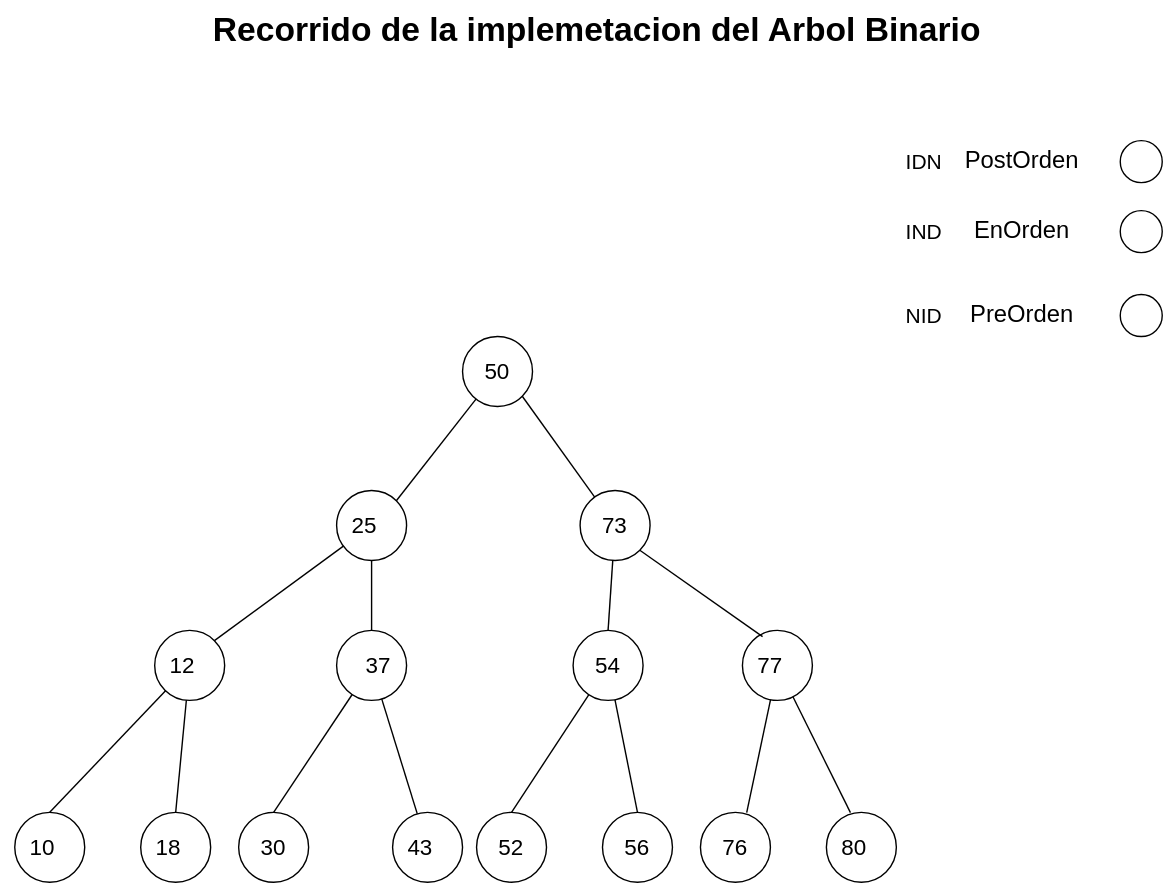
Earlier version of the draw.io export Estructura-de-datos/Arboles/ArbolApp.drawio.svg (Nordcode-cyber/Algoritmos-Estructdatos). Source tidied: cells renumbered, new cells last; positions are measured from the earlier drawing's top-left corner, leaving out a move shared by most shapes.
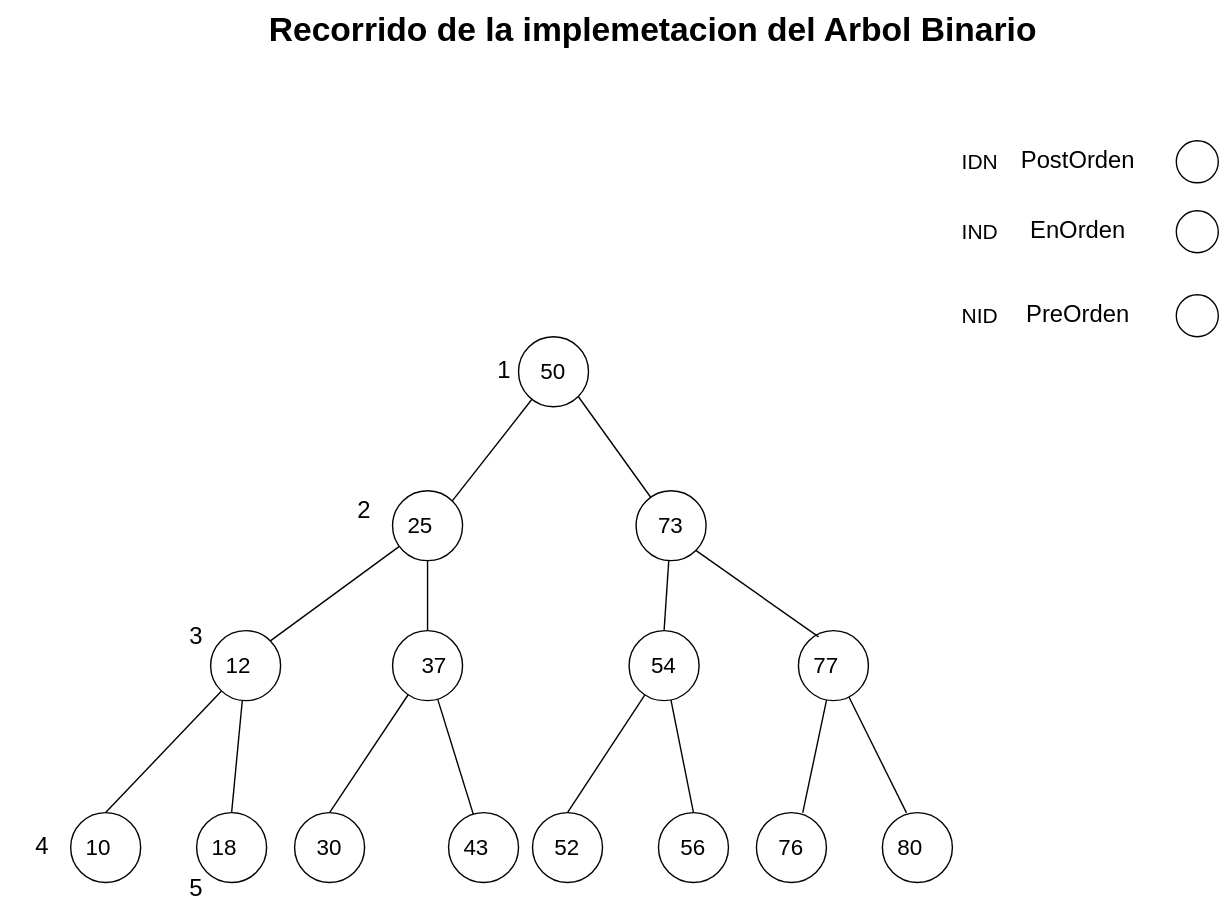
The same diagram one commit later.

What changed in the source:
```diff
@@ -164,5 +164,20 @@
     <mxCell id="55" value="&lt;font style=&quot;color: light-dark(rgb(0, 0, 0), rgb(255, 255, 0)); font-size: 16px;&quot;&gt;80&lt;/font&gt;" style="text;html=1;align=center;verticalAlign=middle;whiteSpace=wrap;rounded=0;" parent="1" vertex="1">
       <mxGeometry x="580" y="590" width="60" height="30" as="geometry" />
     </mxCell>
+    <mxCell id="56" value="&lt;font style=&quot;font-size: 17px; color: light-dark(rgb(0, 0, 0), rgb(0, 204, 0));&quot;&gt;2&lt;/font&gt;" style="text;html=1;align=center;verticalAlign=middle;whiteSpace=wrap;rounded=0;" parent="1" vertex="1">
+      <mxGeometry x="190" y="350" width="60" height="30" as="geometry" />
+    </mxCell>
+    <mxCell id="57" value="&lt;font style=&quot;font-size: 17px; color: light-dark(rgb(0, 0, 0), rgb(0, 204, 0));&quot;&gt;1&lt;/font&gt;" style="text;html=1;align=center;verticalAlign=middle;whiteSpace=wrap;rounded=0;" parent="1" vertex="1">
+      <mxGeometry x="290" y="250" width="60" height="30" as="geometry" />
+    </mxCell>
+    <mxCell id="58" value="&lt;font style=&quot;font-size: 17px; color: light-dark(rgb(0, 0, 0), rgb(0, 204, 0));&quot;&gt;3&lt;/font&gt;" style="text;html=1;align=center;verticalAlign=middle;whiteSpace=wrap;rounded=0;" parent="1" vertex="1">
+      <mxGeometry x="70" y="440" width="60" height="30" as="geometry" />
+    </mxCell>
+    <mxCell id="59" value="&lt;font style=&quot;font-size: 17px; color: light-dark(rgb(0, 0, 0), rgb(0, 204, 0));&quot;&gt;4&lt;/font&gt;" style="text;html=1;align=center;verticalAlign=middle;whiteSpace=wrap;rounded=0;" parent="1" vertex="1">
+      <mxGeometry x="-40" y="590" width="60" height="30" as="geometry" />
+    </mxCell>
+    <mxCell id="60" value="&lt;font style=&quot;font-size: 17px; color: light-dark(rgb(0, 0, 0), rgb(0, 204, 0));&quot;&gt;5&lt;/font&gt;" style="text;html=1;align=center;verticalAlign=middle;whiteSpace=wrap;rounded=0;" parent="1" vertex="1">
+      <mxGeometry x="70" y="620" width="60" height="30" as="geometry" />
+    </mxCell>
   </root>
 </mxGraphModel>
```
